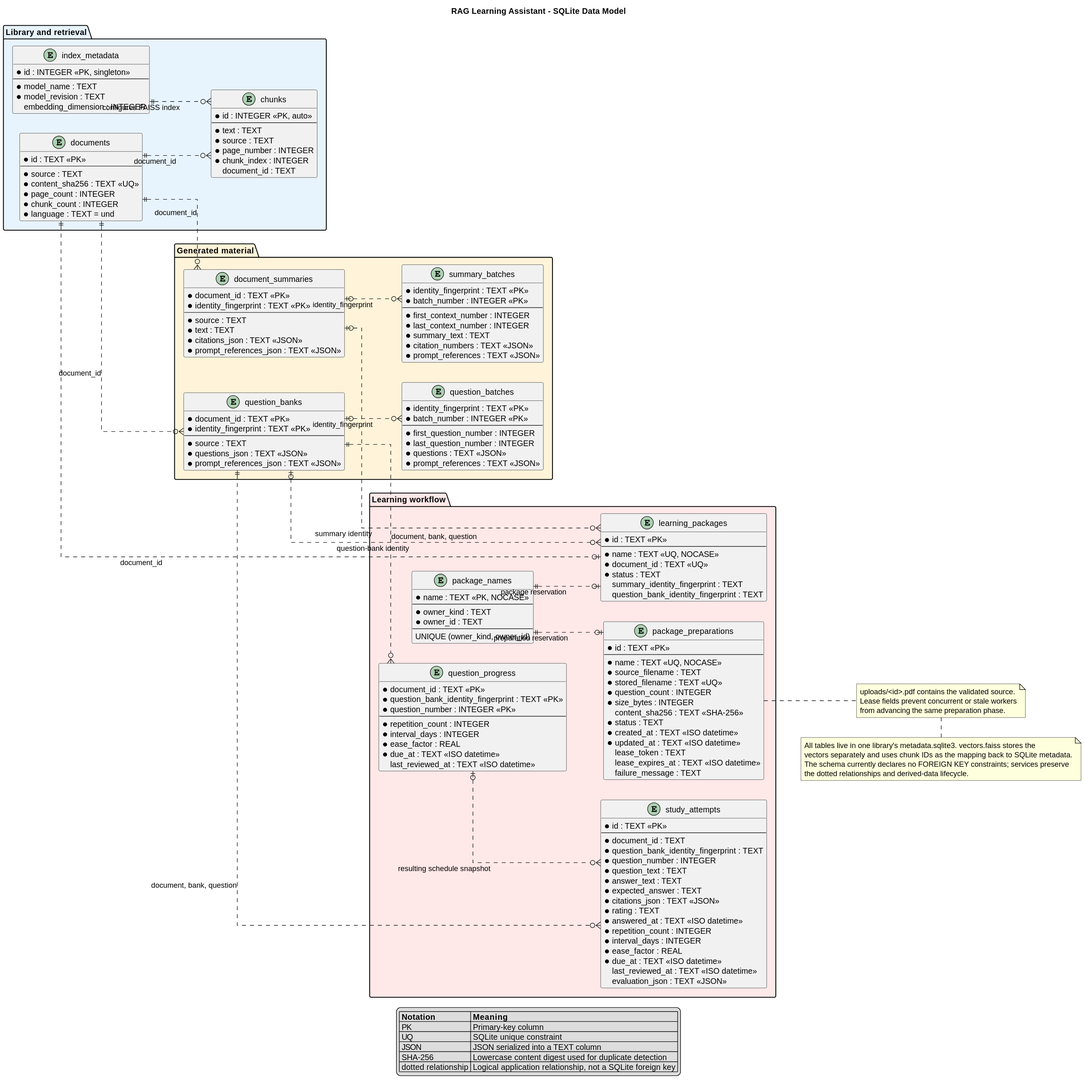
The PlantUML diagram docs/database-overview.svg in ebe542/rag-learning-assistant, before a commit.
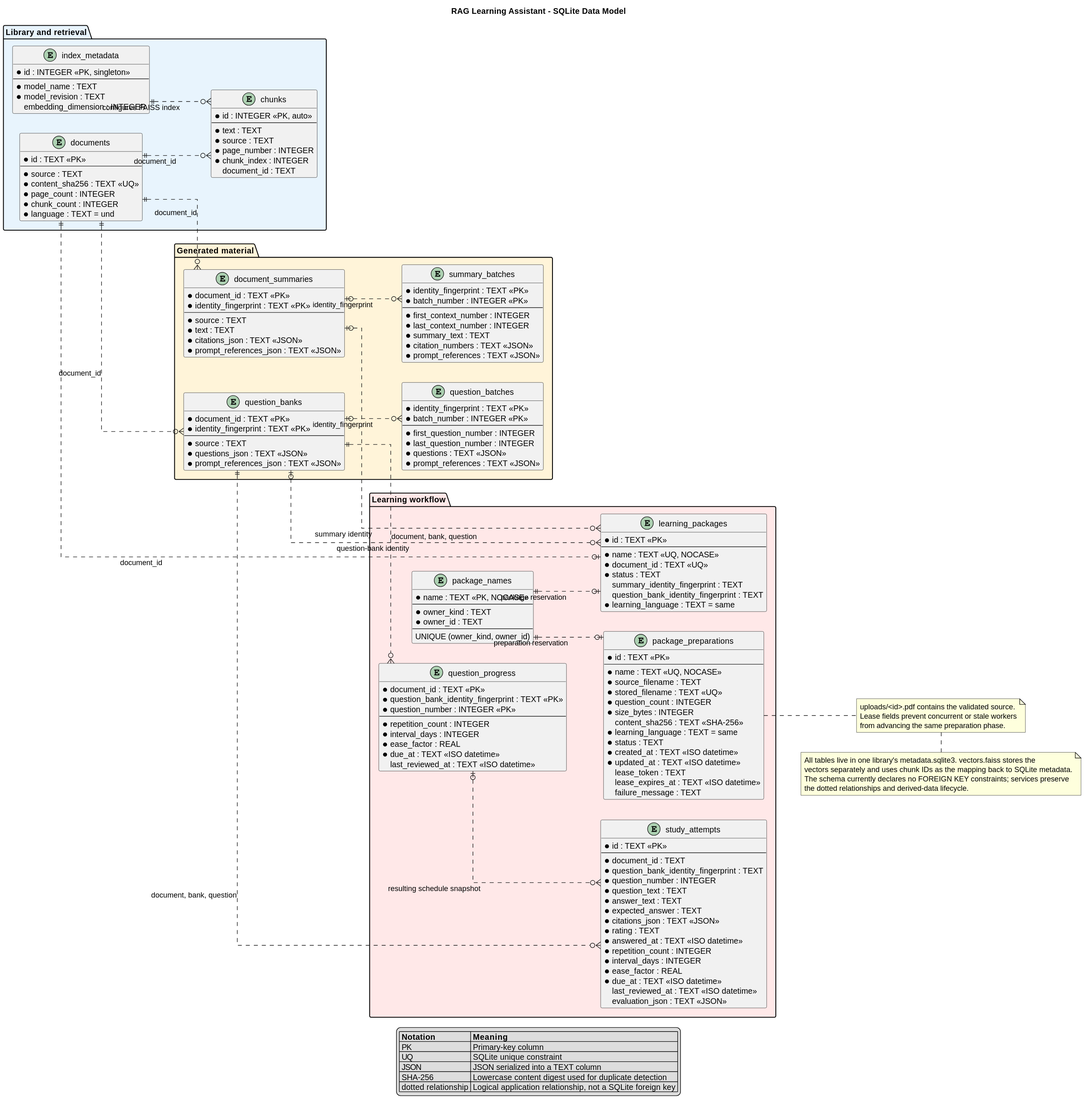
Later version of the same file.

What changed in the source:
```diff
@@ -100,6 +100,7 @@
     * question_count : INTEGER
     * size_bytes : INTEGER
     content_sha256 : TEXT <<SHA-256>>
+    * learning_language : TEXT = same
     * status : TEXT
     * created_at : TEXT <<ISO datetime>>
     * updated_at : TEXT <<ISO datetime>>
@@ -116,6 +117,7 @@
     * status : TEXT
     summary_identity_fingerprint : TEXT
     question_bank_identity_fingerprint : TEXT
+    * learning_language : TEXT = same
   }
 
   entity question_progress {
```
